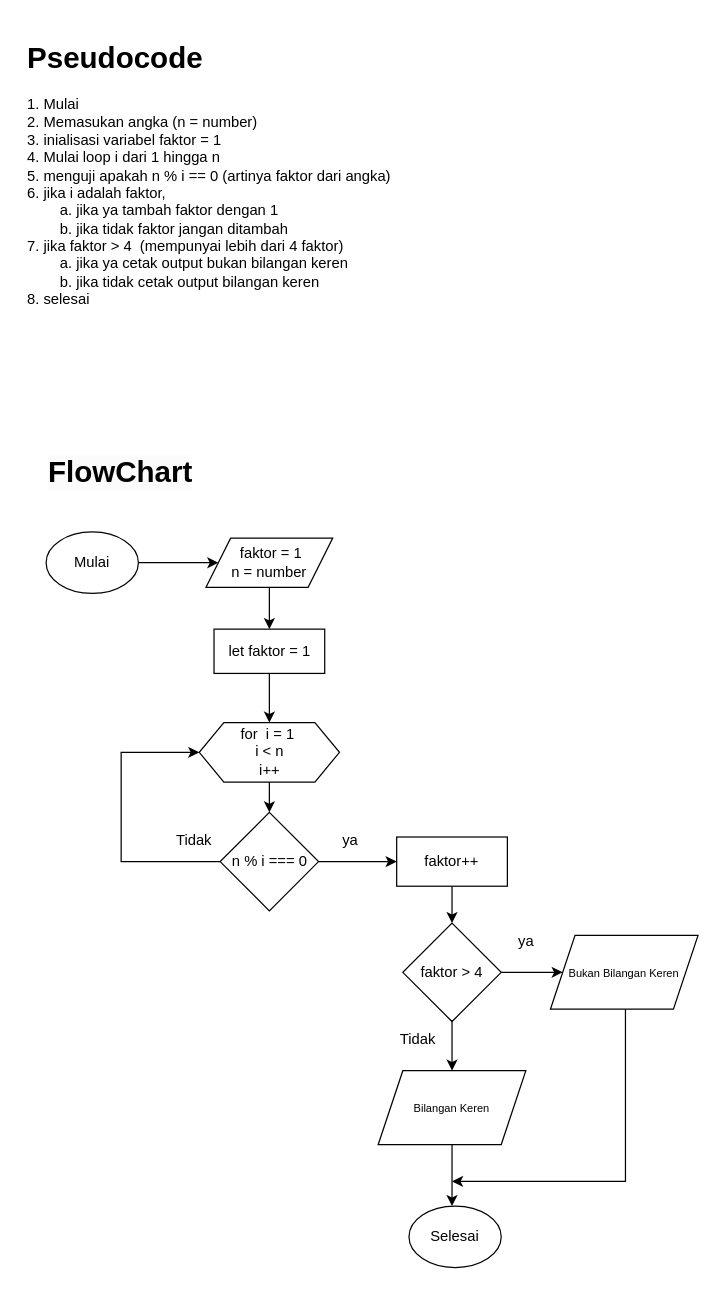
The draw.io diagram soal1_flowchart.drawio in ALTA-FE17-Irsan-Jamaludin/TUGAS-FLOWCHART-ALGORITMA, before the edit. Source tidied: cells renumbered, new cells numbered last; positions are measured from the earlier drawing's top-left corner, leaving out a move shared by most shapes. Both pictures are drawn from the tidied source at 123%, with x=0, y=0 at pixel (21, 33).
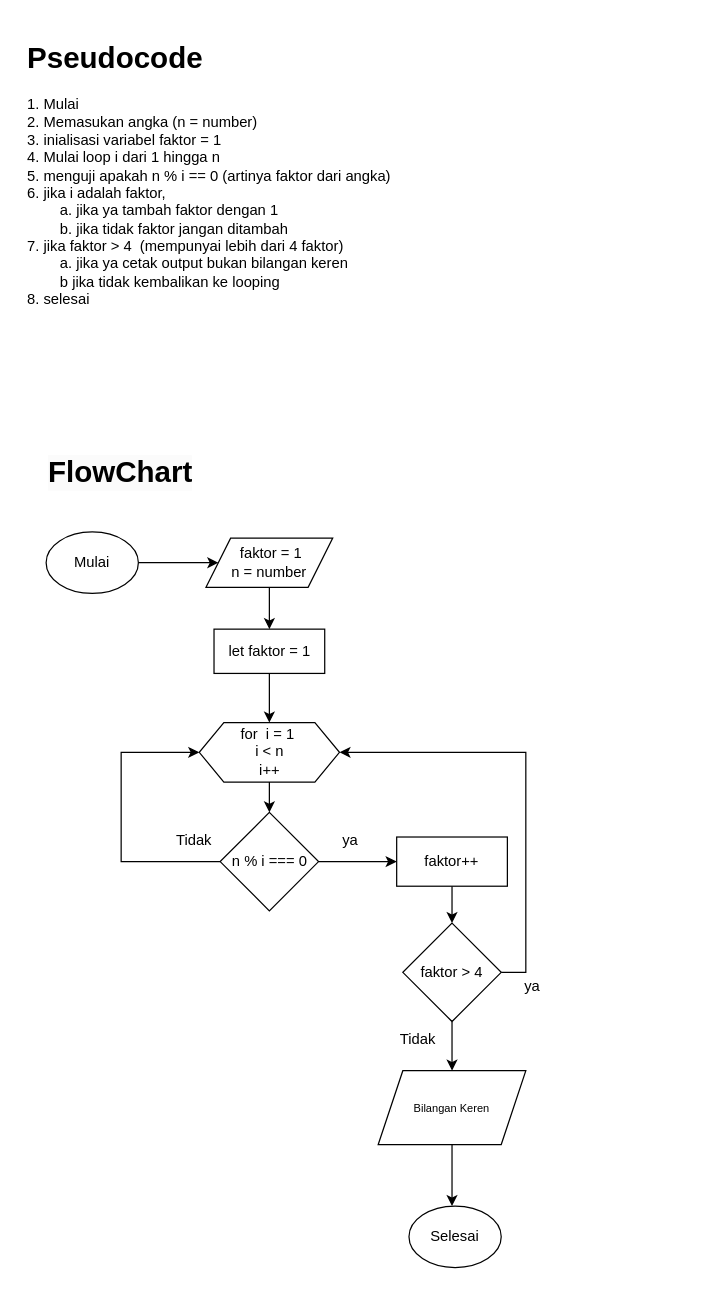
The same diagram, later.

Commit message:
update soal1 flowchart

Unchanged cells that the change refers to:
```xml
<mxCell id="7" value="for&amp;nbsp; i = 1&amp;nbsp;&lt;br&gt;i &amp;lt; n&lt;br&gt;i++&lt;br&gt;" style="shape=hexagon;perimeter=hexagonPerimeter2;whiteSpace=wrap;html=1;fixedSize=1;" parent="1" vertex="1">
  <mxGeometry x="144.5" y="560" width="114" height="48.3" as="geometry" />
</mxCell>
<mxCell id="15" value="faktor &amp;gt; 4" style="rhombus;whiteSpace=wrap;html=1;" parent="1" vertex="1">
  <mxGeometry x="310" y="723" width="80" height="80" as="geometry" />
</mxCell>
```

The edit, as a diff of the source:
```diff
@@
-    <mxCell id="14" style="edgeStyle=orthogonalEdgeStyle;rounded=0;jettySize=auto;html=1;" parent="1" edge="1" source="15" target="17">
-      <mxGeometry relative="1" as="geometry" />
-    </mxCell>
+    <mxCell id="29" style="edgeStyle=orthogonalEdgeStyle;rounded=0;jettySize=auto;html=1;exitX=1;exitY=0.5;exitDx=0;exitDy=0;entryX=1;entryY=0.5;entryDx=0;entryDy=0;" parent="1" edge="1" source="15" target="7">
+      <mxGeometry relative="1" as="geometry">
+        <Array as="points">
+          <mxPoint x="410" y="763" />
+          <mxPoint x="410" y="584" />
+        </Array>
+      </mxGeometry>
+    </mxCell>
@@
-    <mxCell id="16" style="edgeStyle=orthogonalEdgeStyle;rounded=0;jettySize=auto;html=1;" parent="1" edge="1" source="17">
-      <mxGeometry relative="1" as="geometry">
-        <mxPoint x="350" y="933" as="targetPoint" />
-        <Array as="points">
-          <mxPoint x="491" y="933" />
-          <mxPoint x="350" y="933" />
-        </Array>
-      </mxGeometry>
-    </mxCell>
-    <mxCell id="17" value="&lt;font style=&quot;font-size: 9px;&quot;&gt;Bukan Bilangan Keren&lt;/font&gt;" style="shape=parallelogram;perimeter=parallelogramPerimeter;whiteSpace=wrap;html=1;fixedSize=1;" parent="1" vertex="1">
-      <mxGeometry x="430" y="733" width="120" height="60" as="geometry" />
-    </mxCell>
@@
     <mxCell id="24" value="ya" style="text;html=1;align=center;verticalAlign=middle;strokeColor=none;fillColor=none;" parent="1" vertex="1">
-      <mxGeometry x="390" y="723" width="40" height="30" as="geometry" />
+      <mxGeometry x="395" y="760" width="40" height="30" as="geometry" />
     </mxCell>
-    <mxCell id="25" value="&lt;h1&gt;&lt;span style=&quot;background-color: initial;&quot;&gt;Pseudocode&lt;/span&gt;&lt;/h1&gt;&lt;div&gt;1. Mulai&lt;/div&gt;&lt;div&gt;2. Memasukan angka (n = number)&lt;/div&gt;&lt;div&gt;3. inialisasi variabel faktor = 1&lt;/div&gt;&lt;div&gt;4. Mulai loop i dari 1 hingga n&lt;/div&gt;&lt;div&gt;5. menguji apakah n % i == 0 (artinya faktor dari angka)&lt;/div&gt;&lt;div&gt;6. jika i adalah faktor,&lt;/div&gt;&lt;div&gt;&lt;span style=&quot;white-space: pre;&quot;&gt;&#9;&lt;/span&gt;a. jika ya tambah faktor dengan 1&lt;br&gt;&lt;/div&gt;&lt;div&gt;&lt;span style=&quot;white-space: pre;&quot;&gt;&#9;&lt;/span&gt;b. jika tidak faktor jangan ditambah&lt;br&gt;&lt;/div&gt;&lt;div&gt;7. jika faktor &amp;gt; 4&amp;nbsp; (mempunyai lebih dari 4 faktor)&lt;/div&gt;&lt;div&gt;&lt;span style=&quot;white-space: pre;&quot;&gt;&#9;&lt;/span&gt;a. jika ya cetak output bukan bilangan keren&lt;br&gt;&lt;/div&gt;&lt;div&gt;&lt;span style=&quot;white-space: pre;&quot;&gt;&#9;&lt;/span&gt;b. jika tidak cetak output bilangan keren&lt;br&gt;&lt;/div&gt;&lt;div&gt;8. selesai&lt;/div&gt;" style="text;html=1;strokeColor=none;fillColor=none;spacing=5;spacingTop=-20;whiteSpace=wrap;overflow=hidden;rounded=0;" parent="1" vertex="1">
+    <mxCell id="25" value="&lt;h1&gt;&lt;span style=&quot;background-color: initial;&quot;&gt;Pseudocode&lt;/span&gt;&lt;/h1&gt;&lt;div&gt;1. Mulai&lt;/div&gt;&lt;div&gt;2. Memasukan angka (n = number)&lt;/div&gt;&lt;div&gt;3. inialisasi variabel faktor = 1&lt;/div&gt;&lt;div&gt;4. Mulai loop i dari 1 hingga n&lt;/div&gt;&lt;div&gt;5. menguji apakah n % i == 0 (artinya faktor dari angka)&lt;/div&gt;&lt;div&gt;6. jika i adalah faktor,&lt;/div&gt;&lt;div&gt;&lt;span style=&quot;white-space: pre;&quot;&gt;&#9;&lt;/span&gt;a. jika ya tambah faktor dengan 1&lt;br&gt;&lt;/div&gt;&lt;div&gt;&lt;span style=&quot;white-space: pre;&quot;&gt;&#9;&lt;/span&gt;b. jika tidak faktor jangan ditambah&lt;br&gt;&lt;/div&gt;&lt;div&gt;7. jika faktor &amp;gt; 4&amp;nbsp; (mempunyai lebih dari 4 faktor)&lt;/div&gt;&lt;div&gt;&lt;span style=&quot;white-space: pre;&quot;&gt;&#9;&lt;/span&gt;a. jika ya cetak output bukan bilangan keren&lt;br&gt;&lt;/div&gt;&lt;div&gt;&lt;span style=&quot;white-space: pre;&quot;&gt;&#9;&lt;/span&gt;b jika tidak kembalikan ke looping&lt;br&gt;&lt;/div&gt;&lt;div&gt;8. selesai&lt;/div&gt;" style="text;html=1;strokeColor=none;fillColor=none;spacing=5;spacingTop=-20;whiteSpace=wrap;overflow=hidden;rounded=0;" parent="1" vertex="1">
       <mxGeometry width="517" height="250" as="geometry" />
     </mxCell>
```
